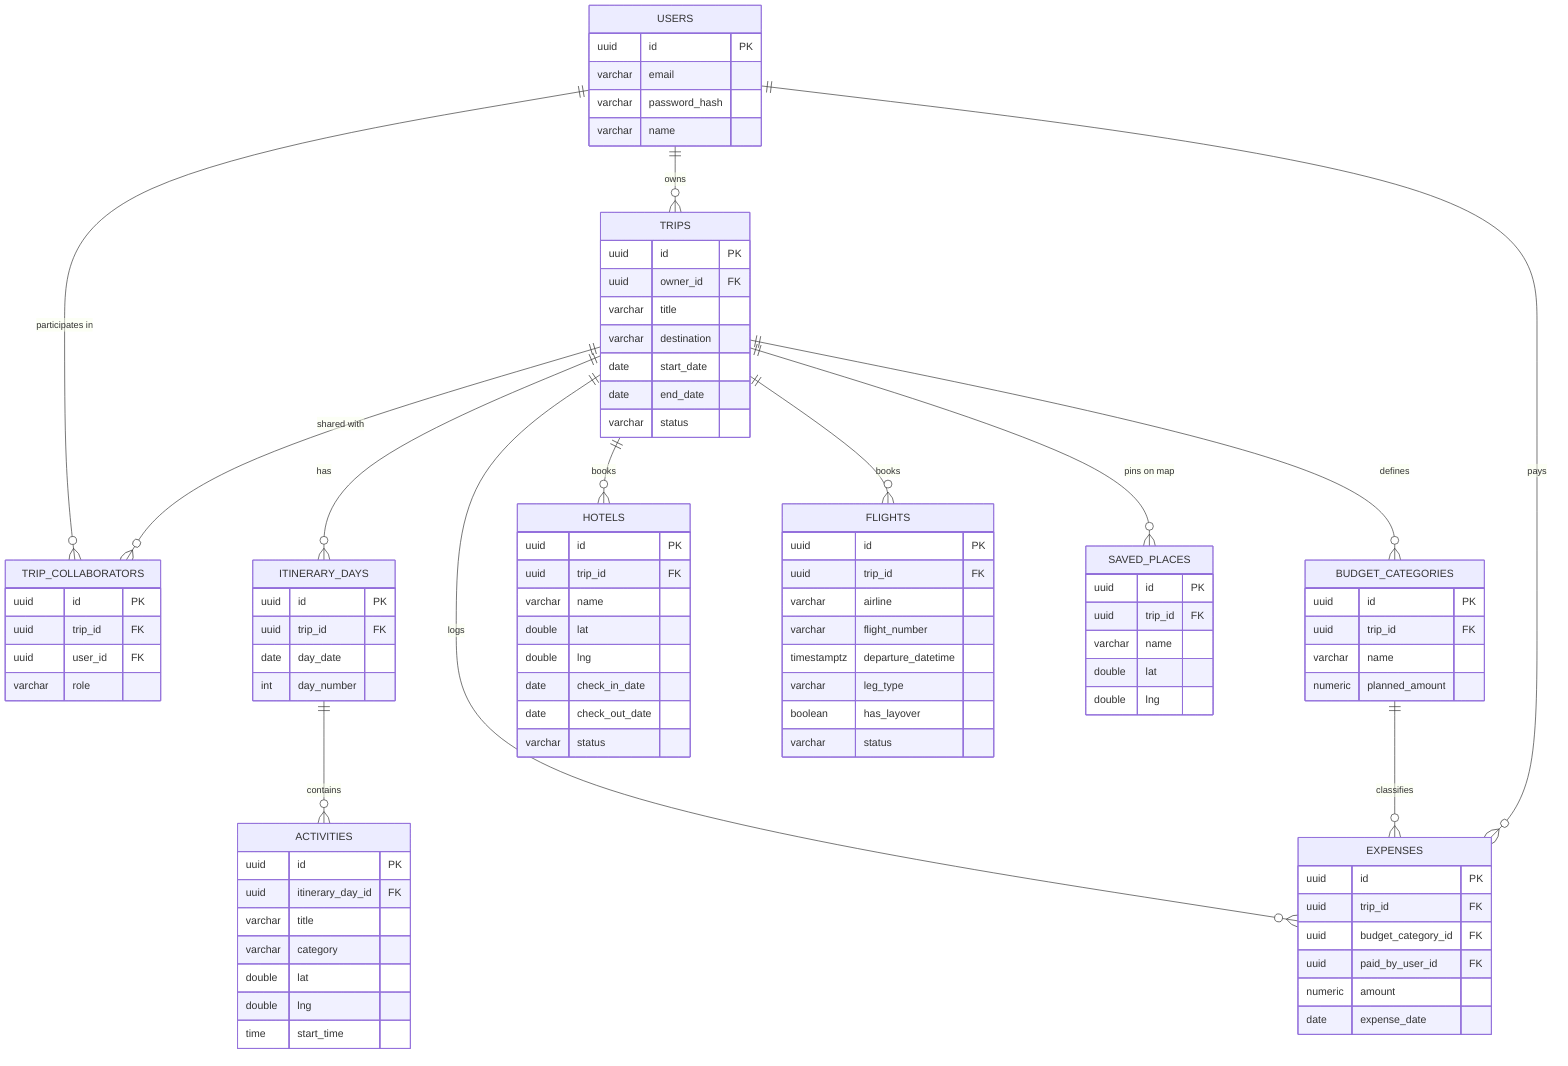
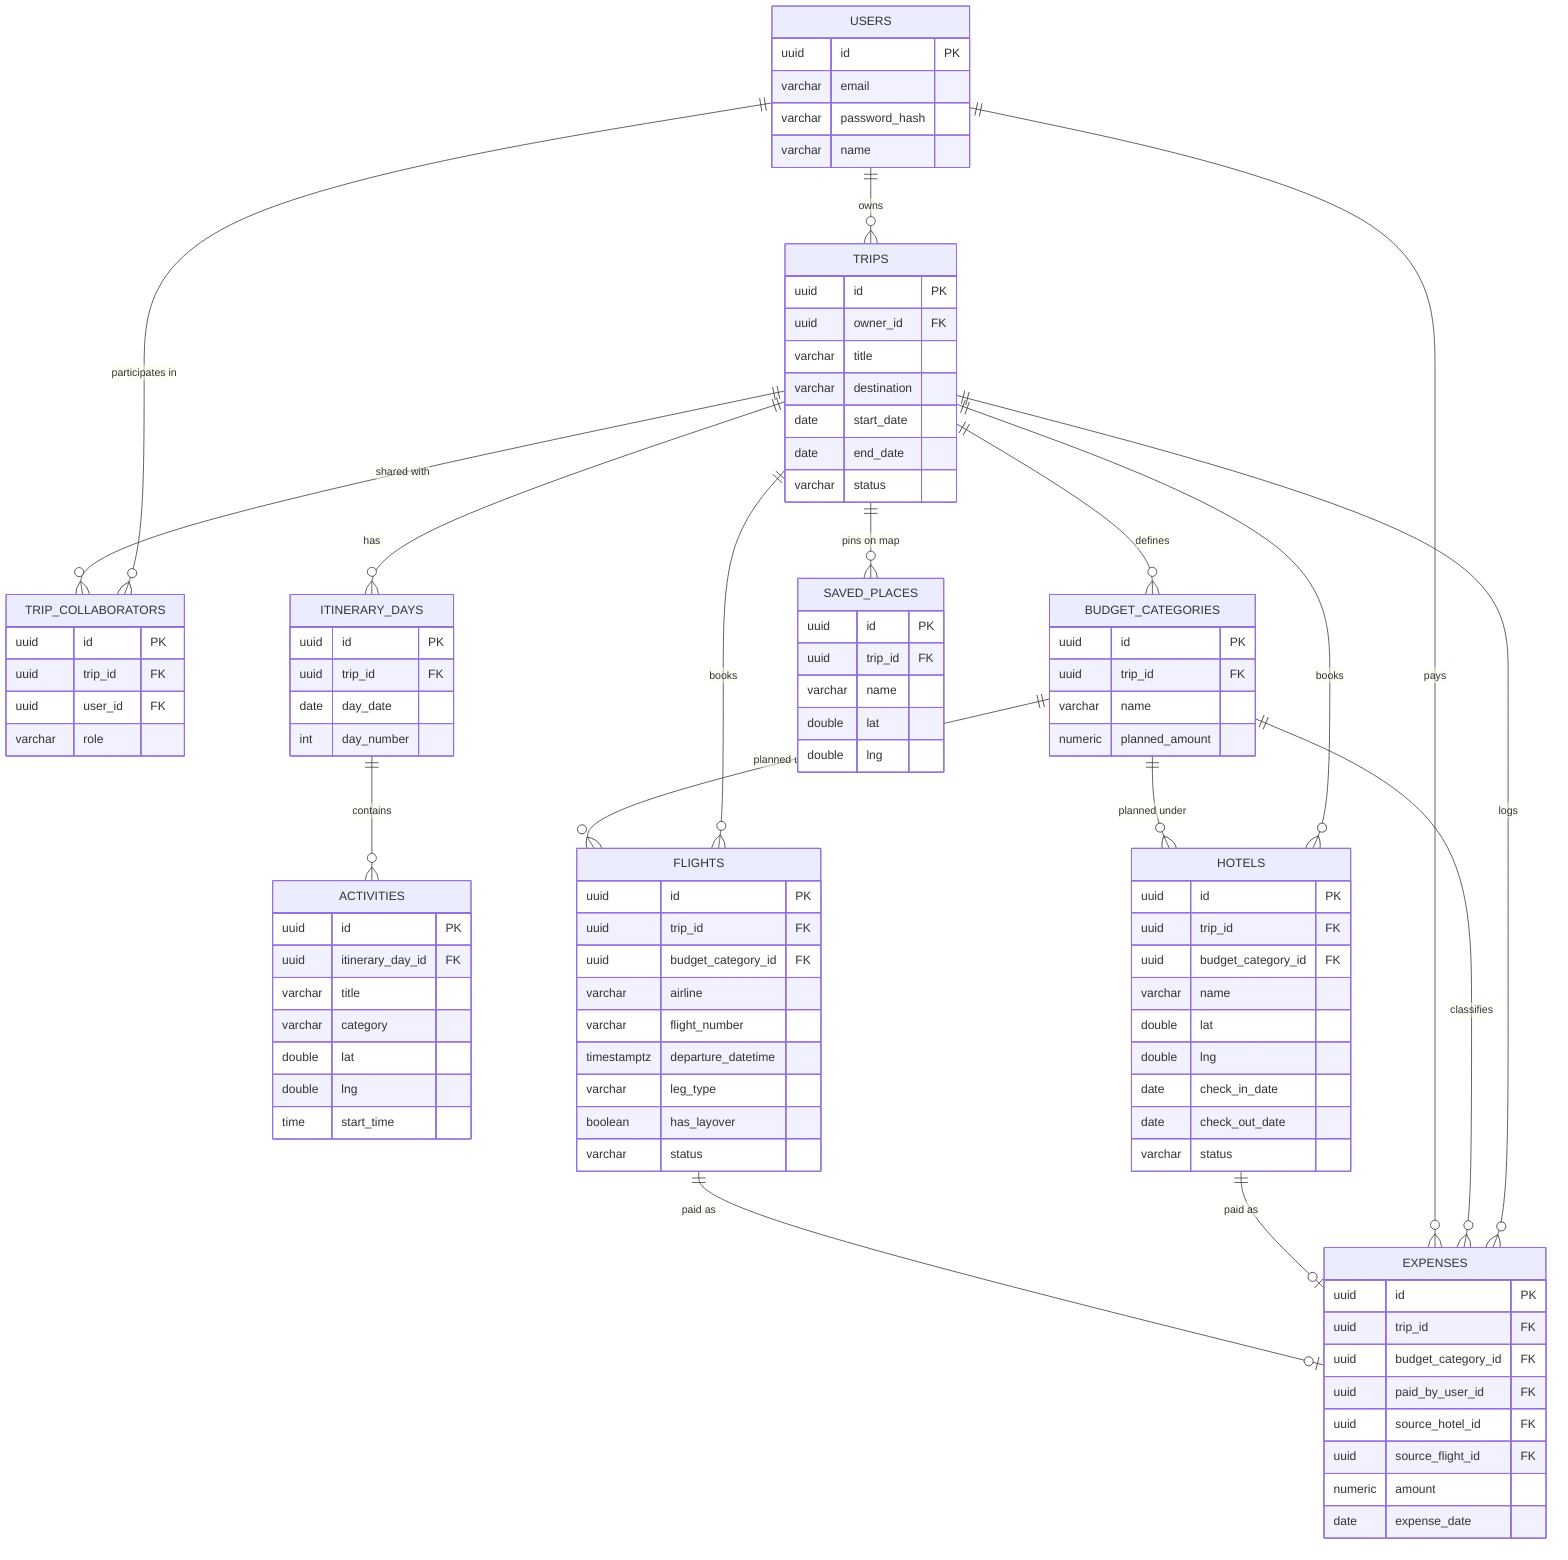
erDiagram
    USERS ||--o{ TRIPS : "owns"
    USERS ||--o{ TRIP_COLLABORATORS : "participates in"
    TRIPS ||--o{ TRIP_COLLABORATORS : "shared with"
    TRIPS ||--o{ ITINERARY_DAYS : "has"
    ITINERARY_DAYS ||--o{ ACTIVITIES : "contains"
    TRIPS ||--o{ BUDGET_CATEGORIES : "defines"
    TRIPS ||--o{ EXPENSES : "logs"
    BUDGET_CATEGORIES ||--o{ EXPENSES : "classifies"
    USERS ||--o{ EXPENSES : "pays"
    TRIPS ||--o{ HOTELS : "books"
    TRIPS ||--o{ FLIGHTS : "books"
    TRIPS ||--o{ SAVED_PLACES : "pins on map"
+     BUDGET_CATEGORIES ||--o{ HOTELS : "planned under"
+     BUDGET_CATEGORIES ||--o{ FLIGHTS : "planned under"
+     HOTELS ||--o| EXPENSES : "paid as"
+     FLIGHTS ||--o| EXPENSES : "paid as"

    USERS {
        uuid id PK
        varchar email
        varchar password_hash
        varchar name
    }
    TRIPS {
        uuid id PK
        uuid owner_id FK
        varchar title
        varchar destination
        date start_date
        date end_date
        varchar status
    }
    TRIP_COLLABORATORS {
        uuid id PK
        uuid trip_id FK
        uuid user_id FK
        varchar role
    }
    ITINERARY_DAYS {
        uuid id PK
        uuid trip_id FK
        date day_date
        int day_number
    }
    ACTIVITIES {
        uuid id PK
        uuid itinerary_day_id FK
        varchar title
        varchar category
        double lat
        double lng
        time start_time
    }
    BUDGET_CATEGORIES {
        uuid id PK
        uuid trip_id FK
        varchar name
        numeric planned_amount
    }
    EXPENSES {
        uuid id PK
        uuid trip_id FK
        uuid budget_category_id FK
        uuid paid_by_user_id FK
+         uuid source_hotel_id FK
+         uuid source_flight_id FK
        numeric amount
        date expense_date
    }
    HOTELS {
        uuid id PK
        uuid trip_id FK
+         uuid budget_category_id FK
        varchar name
        double lat
        double lng
        date check_in_date
        date check_out_date
        varchar status
    }
    FLIGHTS {
        uuid id PK
        uuid trip_id FK
+         uuid budget_category_id FK
        varchar airline
        varchar flight_number
        timestamptz departure_datetime
        varchar leg_type
        boolean has_layover
        varchar status
    }
    SAVED_PLACES {
        uuid id PK
        uuid trip_id FK
        varchar name
        double lat
        double lng
    }
